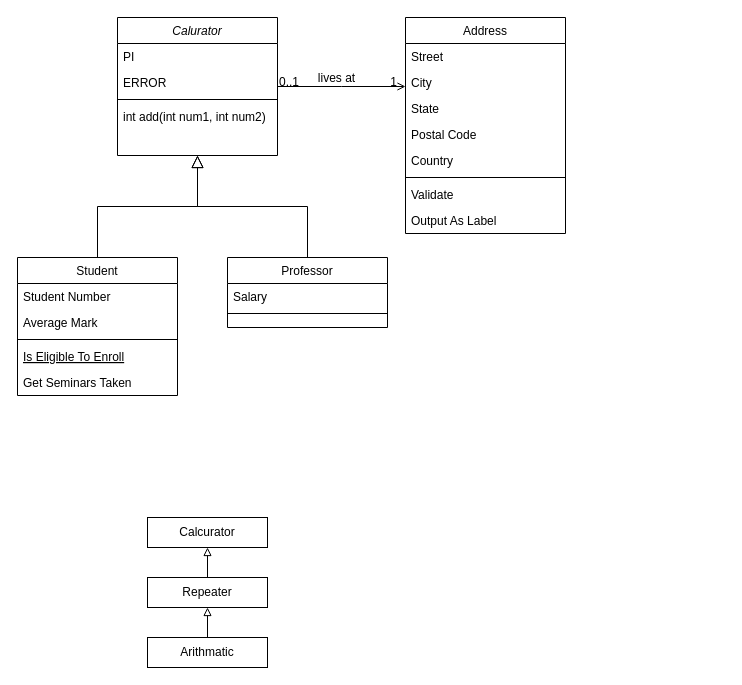
Earlier version of the draw.io diagram classDiagram1.drawio (kkt09072/java11_basic). Source tidied: cells renumbered, new cells numbered last; positions are measured from the earlier drawing's top-left corner, leaving out a move shared by most shapes. Both pictures are drawn from the tidied source at 100%, with x=0, y=0 at pixel (17, 17).
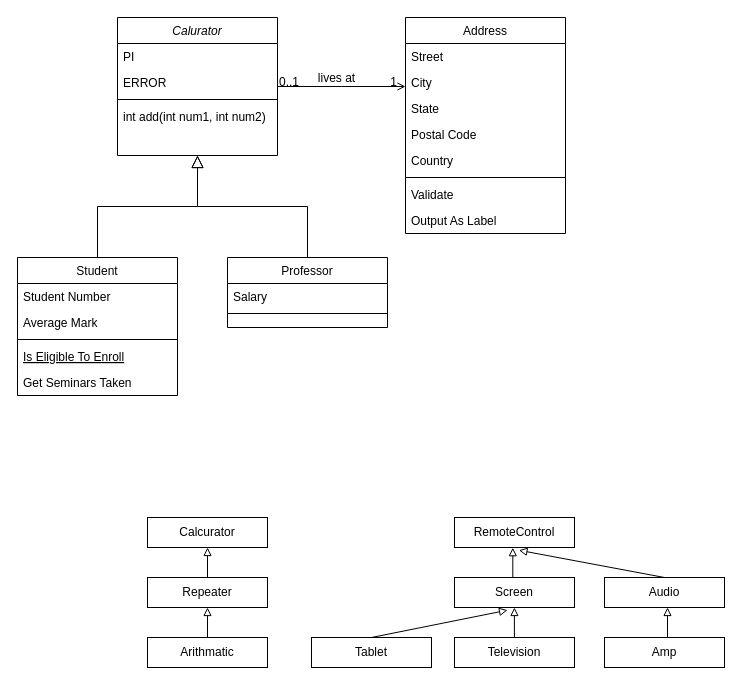
The same page after the edit.

What changed in the source:
```diff
@@
+    <mxCell id="36" value="RemoteControl" style="rounded=0;whiteSpace=wrap;html=1;" parent="1" vertex="1">
+      <mxGeometry x="437" y="500" width="120" height="30" as="geometry" />
+    </mxCell>
+    <mxCell id="37" value="Screen" style="rounded=0;whiteSpace=wrap;html=1;" parent="1" vertex="1">
+      <mxGeometry x="437" y="560" width="120" height="30" as="geometry" />
+    </mxCell>
+    <mxCell id="38" value="Audio" style="rounded=0;whiteSpace=wrap;html=1;" parent="1" vertex="1">
+      <mxGeometry x="587" y="560" width="120" height="30" as="geometry" />
+    </mxCell>
+    <mxCell id="39" value="Television" style="rounded=0;whiteSpace=wrap;html=1;" parent="1" vertex="1">
+      <mxGeometry x="437" y="620" width="120" height="30" as="geometry" />
+    </mxCell>
+    <mxCell id="40" value="Tablet" style="rounded=0;whiteSpace=wrap;html=1;" parent="1" vertex="1">
+      <mxGeometry x="294" y="620" width="120" height="30" as="geometry" />
+    </mxCell>
+    <mxCell id="41" value="Amp" style="rounded=0;whiteSpace=wrap;html=1;" parent="1" vertex="1">
+      <mxGeometry x="587" y="620" width="120" height="30" as="geometry" />
+    </mxCell>
+    <mxCell id="42" style="endArrow=block;html=1;rounded=0;entryX=0.486;entryY=1.007;entryDx=0;entryDy=0;endFill=0;entryPerimeter=0;exitX=0.486;exitY=-0.002;exitDx=0;exitDy=0;exitPerimeter=0;" parent="1" edge="1" source="37" target="36">
+      <mxGeometry relative="1" as="geometry" />
+    </mxCell>
+    <mxCell id="43" style="endArrow=block;html=1;rounded=0;entryX=0.537;entryY=1.091;entryDx=0;entryDy=0;endFill=0;exitX=0.5;exitY=0;exitDx=0;exitDy=0;entryPerimeter=0;" parent="1" edge="1" source="38" target="36">
+      <mxGeometry relative="1" as="geometry" />
+    </mxCell>
+    <mxCell id="44" style="endArrow=block;html=1;rounded=0;entryX=0.442;entryY=1.089;entryDx=0;entryDy=0;endFill=0;entryPerimeter=0;" parent="1" edge="1" target="37">
+      <mxGeometry relative="1" as="geometry">
+        <mxPoint x="353.9" y="620" as="sourcePoint" />
+      </mxGeometry>
+    </mxCell>
+    <mxCell id="45" style="endArrow=block;html=1;rounded=0;entryX=0.5;entryY=1;entryDx=0;entryDy=0;endFill=0;" parent="1" edge="1">
+      <mxGeometry relative="1" as="geometry">
+        <mxPoint x="496.9" y="620" as="sourcePoint" />
+        <mxPoint x="496.9" y="590" as="targetPoint" />
+      </mxGeometry>
+    </mxCell>
+    <mxCell id="46" style="endArrow=block;html=1;rounded=0;entryX=0.5;entryY=1;entryDx=0;entryDy=0;endFill=0;" parent="1" edge="1">
+      <mxGeometry relative="1" as="geometry">
+        <mxPoint x="650" y="620" as="sourcePoint" />
+        <mxPoint x="650" y="590" as="targetPoint" />
+      </mxGeometry>
+    </mxCell>
```
